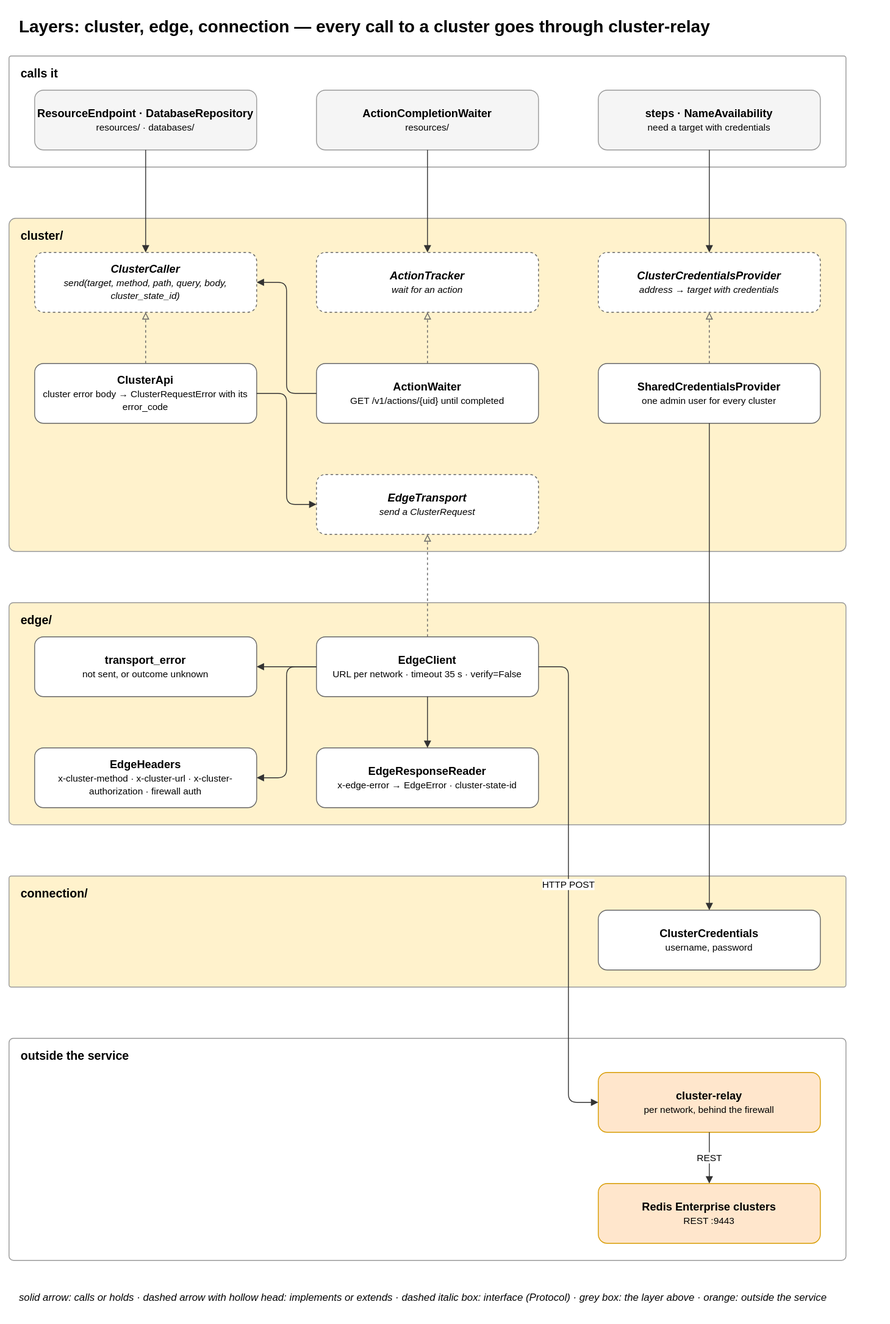
Above: docs/diagrams/08-layer-transport.drawio.svg in EliShteinman/redis-enterprise-services (draw.io), before the change. Source tidied: cells renumbered, new cells last; positions are measured from the earlier drawing's top-left corner, leaving out a move shared by most shapes.
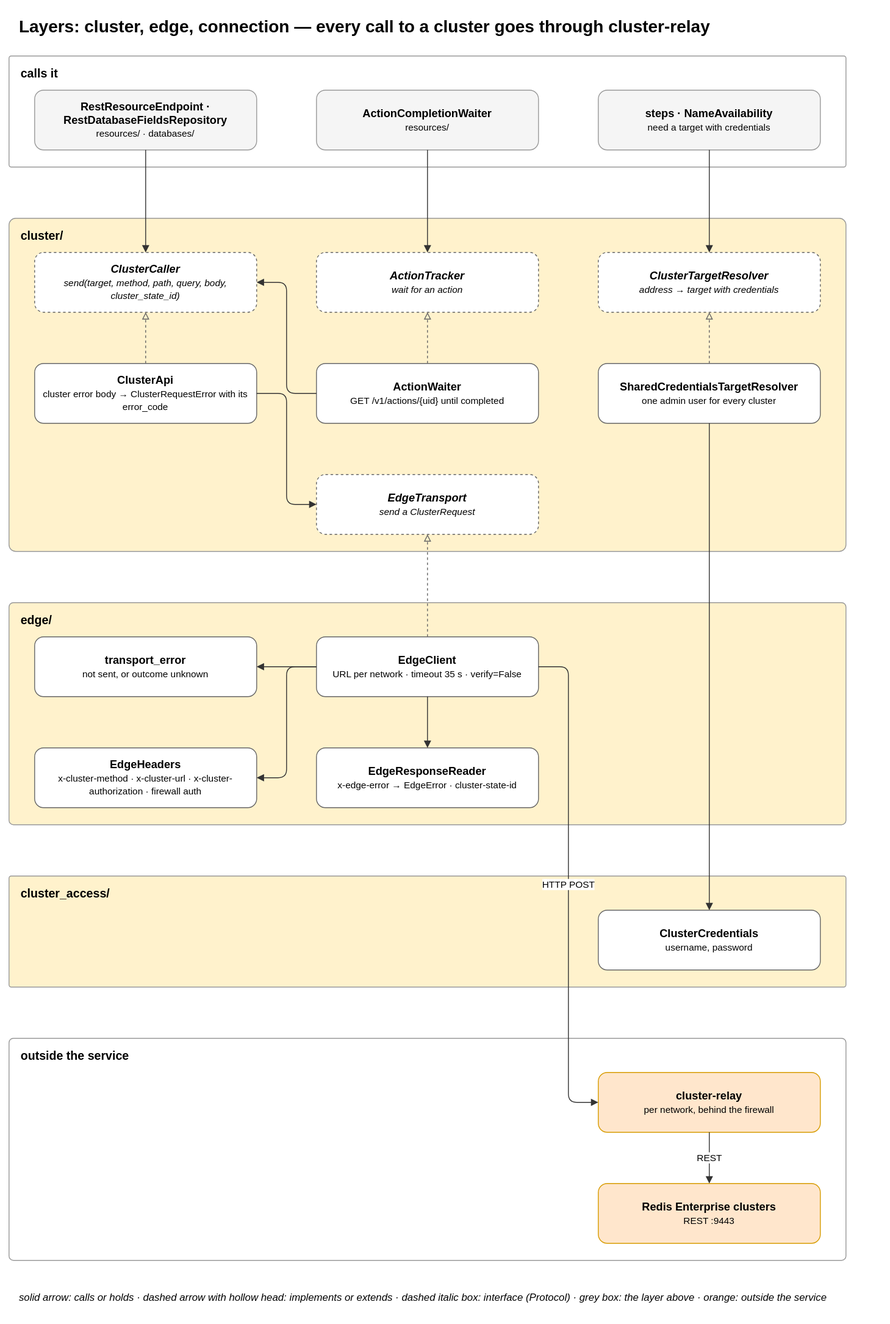
The same file after the commit.

Change to the diagram source:
```diff
@@ -8,7 +8,7 @@
     <mxCell id="3" value="&lt;b&gt;calls it&lt;/b&gt;" style="rounded=1;arcSize=2;fillColor=#ffffff;strokeColor=#999999;verticalAlign=top;align=left;spacingLeft=12;spacingTop=6;html=1;fontSize=14;" parent="1" vertex="1">
       <mxGeometry y="55" width="980" height="130" as="geometry" />
     </mxCell>
-    <mxCell id="4" value="&lt;b&gt;ResourceEndpoint · DatabaseRepository&lt;/b&gt;&lt;br&gt;&lt;font style='font-size:11px'&gt;resources/ · databases/&lt;/font&gt;" style="rounded=1;whiteSpace=wrap;html=1;fillColor=#f5f5f5;strokeColor=#999999;fontSize=13;" parent="1" vertex="1">
+    <mxCell id="4" value="&lt;b&gt;RestResourceEndpoint · RestDatabaseFieldsRepository&lt;/b&gt;&lt;br&gt;&lt;font style='font-size:11px'&gt;resources/ · databases/&lt;/font&gt;" style="rounded=1;whiteSpace=wrap;html=1;fillColor=#f5f5f5;strokeColor=#999999;fontSize=13;" parent="1" vertex="1">
       <mxGeometry x="30" y="95" width="260" height="70" as="geometry" />
     </mxCell>
     <mxCell id="5" value="&lt;b&gt;ActionCompletionWaiter&lt;/b&gt;&lt;br&gt;&lt;font style='font-size:11px'&gt;resources/&lt;/font&gt;" style="rounded=1;whiteSpace=wrap;html=1;fillColor=#f5f5f5;strokeColor=#999999;fontSize=13;" parent="1" vertex="1">
@@ -26,7 +26,7 @@
     <mxCell id="9" value="&lt;b&gt;ActionTracker&lt;/b&gt;&lt;br&gt;&lt;font style='font-size:11px'&gt;wait for an action&lt;/font&gt;" style="rounded=1;whiteSpace=wrap;html=1;fillColor=#ffffff;strokeColor=#666666;fontSize=13;dashed=1;fontStyle=2;" parent="1" vertex="1">
       <mxGeometry x="360" y="285" width="260" height="70" as="geometry" />
     </mxCell>
-    <mxCell id="10" value="&lt;b&gt;ClusterCredentialsProvider&lt;/b&gt;&lt;br&gt;&lt;font style='font-size:11px'&gt;address → target with credentials&lt;/font&gt;" style="rounded=1;whiteSpace=wrap;html=1;fillColor=#ffffff;strokeColor=#666666;fontSize=13;dashed=1;fontStyle=2;" parent="1" vertex="1">
+    <mxCell id="10" value="&lt;b&gt;ClusterTargetResolver&lt;/b&gt;&lt;br&gt;&lt;font style='font-size:11px'&gt;address → target with credentials&lt;/font&gt;" style="rounded=1;whiteSpace=wrap;html=1;fillColor=#ffffff;strokeColor=#666666;fontSize=13;dashed=1;fontStyle=2;" parent="1" vertex="1">
       <mxGeometry x="690" y="285" width="260" height="70" as="geometry" />
     </mxCell>
     <mxCell id="11" value="&lt;b&gt;ClusterApi&lt;/b&gt;&lt;br&gt;&lt;font style='font-size:11px'&gt;cluster error body → ClusterRequestError with its error_code&lt;/font&gt;" style="rounded=1;whiteSpace=wrap;html=1;fillColor=#ffffff;strokeColor=#666666;fontSize=13;" parent="1" vertex="1">
@@ -35,7 +35,7 @@
     <mxCell id="12" value="&lt;b&gt;ActionWaiter&lt;/b&gt;&lt;br&gt;&lt;font style='font-size:11px'&gt;GET /v1/actions/{uid} until completed&lt;/font&gt;" style="rounded=1;whiteSpace=wrap;html=1;fillColor=#ffffff;strokeColor=#666666;fontSize=13;" parent="1" vertex="1">
       <mxGeometry x="360" y="415" width="260" height="70" as="geometry" />
     </mxCell>
-    <mxCell id="13" value="&lt;b&gt;SharedCredentialsProvider&lt;/b&gt;&lt;br&gt;&lt;font style='font-size:11px'&gt;one admin user for every cluster&lt;/font&gt;" style="rounded=1;whiteSpace=wrap;html=1;fillColor=#ffffff;strokeColor=#666666;fontSize=13;" parent="1" vertex="1">
+    <mxCell id="13" value="&lt;b&gt;SharedCredentialsTargetResolver&lt;/b&gt;&lt;br&gt;&lt;font style='font-size:11px'&gt;one admin user for every cluster&lt;/font&gt;" style="rounded=1;whiteSpace=wrap;html=1;fillColor=#ffffff;strokeColor=#666666;fontSize=13;" parent="1" vertex="1">
       <mxGeometry x="690" y="415" width="260" height="70" as="geometry" />
     </mxCell>
     <mxCell id="14" value="&lt;b&gt;EdgeTransport&lt;/b&gt;&lt;br&gt;&lt;font style='font-size:11px'&gt;send a ClusterRequest&lt;/font&gt;" style="rounded=1;whiteSpace=wrap;html=1;fillColor=#ffffff;strokeColor=#666666;fontSize=13;dashed=1;fontStyle=2;" parent="1" vertex="1">
@@ -56,7 +56,7 @@
     <mxCell id="19" value="&lt;b&gt;EdgeResponseReader&lt;/b&gt;&lt;br&gt;&lt;font style='font-size:11px'&gt;x-edge-error → EdgeError · cluster-state-id&lt;/font&gt;" style="rounded=1;whiteSpace=wrap;html=1;fillColor=#ffffff;strokeColor=#666666;fontSize=13;" parent="1" vertex="1">
       <mxGeometry x="360" y="865" width="260" height="70" as="geometry" />
     </mxCell>
-    <mxCell id="20" value="&lt;b&gt;connection/&lt;/b&gt;" style="rounded=1;arcSize=2;fillColor=#fff2cc;strokeColor=#999999;verticalAlign=top;align=left;spacingLeft=12;spacingTop=6;html=1;fontSize=14;" parent="1" vertex="1">
+    <mxCell id="20" value="&lt;b&gt;cluster_access/&lt;/b&gt;" style="rounded=1;arcSize=2;fillColor=#fff2cc;strokeColor=#999999;verticalAlign=top;align=left;spacingLeft=12;spacingTop=6;html=1;fontSize=14;" parent="1" vertex="1">
       <mxGeometry y="1015" width="980" height="130" as="geometry" />
     </mxCell>
     <mxCell id="21" value="&lt;b&gt;ClusterCredentials&lt;/b&gt;&lt;br&gt;&lt;font style='font-size:11px'&gt;username, password&lt;/font&gt;" style="rounded=1;whiteSpace=wrap;html=1;fillColor=#ffffff;strokeColor=#666666;fontSize=13;" parent="1" vertex="1">
```
